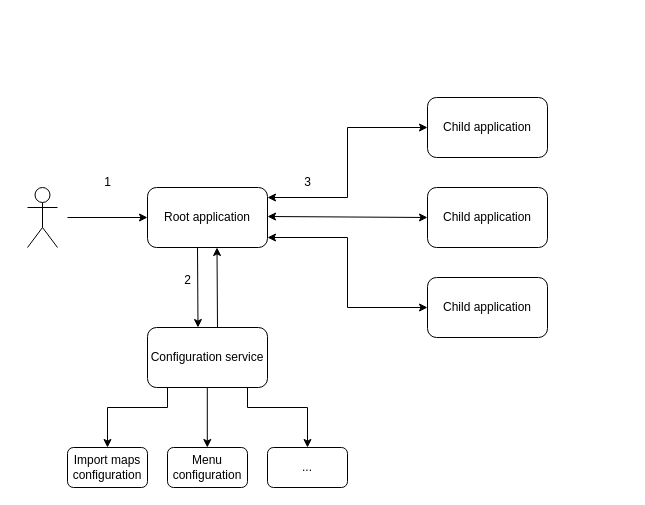
Above: diagrams/dynamic application loading.drawio in fallereugene/single-spa-microfrontends (draw.io), before the change. Source tidied: cells renumbered, new cells numbered last; positions are measured from the earlier drawing's top-left corner, leaving out a move shared by most shapes. Both pictures are drawn from the tidied source at 100%, with x=0, y=0 at pixel (27, 97).
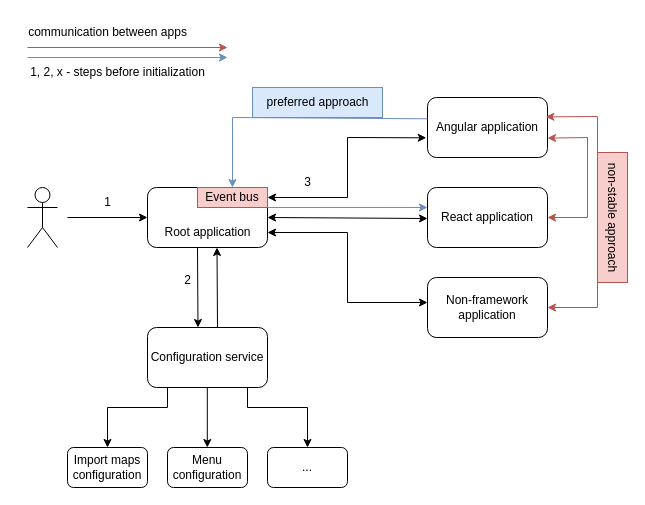
The same diagram, later.

What changed in the source:
```diff
@@
-    <mxCell id="4" value="Root application" style="rounded=1;whiteSpace=wrap;html=1;" parent="1" vertex="1">
+    <mxCell id="4" style="rounded=1;whiteSpace=wrap;html=1;" parent="1" vertex="1">
       <mxGeometry x="120" y="90" width="120" height="60" as="geometry" />
     </mxCell>
@@
     <mxCell id="8" value="1" style="text;html=1;align=center;verticalAlign=middle;strokeColor=none;fillColor=none;" parent="1" vertex="1">
-      <mxGeometry x="65" y="70" width="30" height="30" as="geometry" />
+      <mxGeometry x="65" y="90" width="30" height="30" as="geometry" />
     </mxCell>
@@
-    <mxCell id="16" style="endArrow=classic;startArrow=classic;html=1;rounded=0;" parent="1" edge="1">
+    <mxCell id="16" style="endArrow=classic;startArrow=classic;html=1;rounded=0;entryX=-0.01;entryY=0.672;entryDx=0;entryDy=0;entryPerimeter=0;" parent="1" edge="1" target="17">
       <mxGeometry relative="1" as="geometry">
         <mxPoint x="240" y="100" as="sourcePoint" />
-        <mxPoint x="400" y="30" as="targetPoint" />
         <Array as="points">
           <mxPoint x="320" y="100" />
-          <mxPoint x="320" y="30" />
+          <mxPoint x="320" y="40" />
         </Array>
       </mxGeometry>
     </mxCell>
-    <mxCell id="17" value="Child application" style="rounded=1;whiteSpace=wrap;html=1;" parent="1" vertex="1">
+    <mxCell id="17" value="Angular application" style="rounded=1;whiteSpace=wrap;html=1;" parent="1" vertex="1">
       <mxGeometry x="400" width="120" height="60" as="geometry" />
     </mxCell>
     <mxCell id="18" style="endArrow=classic;startArrow=classic;html=1;rounded=0;" parent="1" edge="1">
       <mxGeometry relative="1" as="geometry">
-        <mxPoint x="240" y="140" as="sourcePoint" />
-        <mxPoint x="400" y="210" as="targetPoint" />
+        <mxPoint x="240" y="135" as="sourcePoint" />
+        <mxPoint x="400" y="205" as="targetPoint" />
         <Array as="points">
-          <mxPoint x="320" y="140" />
-          <mxPoint x="320" y="210" />
+          <mxPoint x="320" y="135" />
+          <mxPoint x="320" y="205" />
         </Array>
       </mxGeometry>
     </mxCell>
-    <mxCell id="19" value="Child application" style="rounded=1;whiteSpace=wrap;html=1;" parent="1" vertex="1">
+    <mxCell id="19" value="Non-framework application" style="rounded=1;whiteSpace=wrap;html=1;" parent="1" vertex="1">
       <mxGeometry x="400" y="180" width="120" height="60" as="geometry" />
     </mxCell>
     <mxCell id="20" style="endArrow=classic;startArrow=classic;html=1;rounded=0;" parent="1" edge="1">
       <mxGeometry relative="1" as="geometry">
-        <mxPoint x="240" y="119" as="sourcePoint" />
-        <mxPoint x="400" y="120" as="targetPoint" />
+        <mxPoint x="240" y="120" as="sourcePoint" />
+        <mxPoint x="400" y="121" as="targetPoint" />
       </mxGeometry>
     </mxCell>
-    <mxCell id="21" value="Child application" style="rounded=1;whiteSpace=wrap;html=1;" parent="1" vertex="1">
+    <mxCell id="21" value="React application" style="rounded=1;whiteSpace=wrap;html=1;" parent="1" vertex="1">
       <mxGeometry x="400" y="90" width="120" height="60" as="geometry" />
     </mxCell>
@@
+    <mxCell id="23" style="endArrow=classic;html=1;rounded=0;fillColor=#f8cecc;strokeColor=#b85450;" parent="1" edge="1">
+      <mxGeometry relative="1" as="geometry">
+        <mxPoint y="-50" as="sourcePoint" />
+        <mxPoint x="200" y="-50" as="targetPoint" />
+      </mxGeometry>
+    </mxCell>
+    <mxCell id="24" value="communication between apps" style="text;html=1;align=center;verticalAlign=middle;strokeColor=none;fillColor=none;" parent="1" vertex="1">
+      <mxGeometry x="-10" y="-80" width="180" height="30" as="geometry" />
+    </mxCell>
+    <mxCell id="25" style="endArrow=classic;startArrow=classic;html=1;rounded=0;entryX=1;entryY=0.5;entryDx=0;entryDy=0;fillColor=#f8cecc;strokeColor=#b85450;exitX=1;exitY=0.677;exitDx=0;exitDy=0;exitPerimeter=0;" parent="1" edge="1" source="17" target="21">
+      <mxGeometry relative="1" as="geometry">
+        <Array as="points">
+          <mxPoint x="560" y="40" />
+          <mxPoint x="560" y="120" />
+        </Array>
+      </mxGeometry>
+    </mxCell>
+    <mxCell id="26" value="non-stable approach" style="text;html=1;align=center;verticalAlign=middle;strokeColor=#b85450;fillColor=#f8cecc;rotation=90;" parent="1" vertex="1">
+      <mxGeometry x="520" y="105" width="130" height="30" as="geometry" />
+    </mxCell>
+    <mxCell id="27" style="endArrow=classic;startArrow=classic;html=1;rounded=0;entryX=1;entryY=0.5;entryDx=0;entryDy=0;fillColor=#f8cecc;strokeColor=#b85450;exitX=0.986;exitY=0.323;exitDx=0;exitDy=0;exitPerimeter=0;" parent="1" edge="1" source="17" target="19">
+      <mxGeometry relative="1" as="geometry">
+        <Array as="points">
+          <mxPoint x="570" y="19" />
+          <mxPoint x="570" y="210" />
+        </Array>
+      </mxGeometry>
+    </mxCell>
+    <mxCell id="28" value="Root application" style="text;html=1;align=center;verticalAlign=middle;strokeColor=none;fillColor=none;" parent="1" vertex="1">
+      <mxGeometry x="125" y="120" width="110" height="30" as="geometry" />
+    </mxCell>
+    <mxCell id="29" value="Event bus" style="rounded=0;whiteSpace=wrap;html=1;fillColor=#f8cecc;strokeColor=#b85450;" parent="1" vertex="1">
+      <mxGeometry x="170" y="90" width="70" height="20" as="geometry" />
+    </mxCell>
+    <mxCell id="30" style="endArrow=classic;html=1;rounded=0;exitX=0;exitY=0.355;exitDx=0;exitDy=0;exitPerimeter=0;entryX=0.5;entryY=0;entryDx=0;entryDy=0;fillColor=#dae8fc;strokeColor=#6c8ebf;" parent="1" edge="1" source="17" target="29">
+      <mxGeometry relative="1" as="geometry">
+        <Array as="points">
+          <mxPoint x="205" y="20" />
+        </Array>
+      </mxGeometry>
+    </mxCell>
+    <mxCell id="31" style="endArrow=classic;html=1;rounded=0;entryX=0;entryY=0.333;entryDx=0;entryDy=0;entryPerimeter=0;fillColor=#dae8fc;strokeColor=#6c8ebf;exitX=1;exitY=1;exitDx=0;exitDy=0;" parent="1" edge="1" source="29" target="21">
+      <mxGeometry relative="1" as="geometry" />
+    </mxCell>
+    <mxCell id="32" value="preferred approach" style="text;html=1;align=center;verticalAlign=middle;strokeColor=#6c8ebf;fillColor=#dae8fc;" parent="1" vertex="1">
+      <mxGeometry x="225" y="-10" width="130" height="30" as="geometry" />
+    </mxCell>
+    <mxCell id="33" value="1, 2, x - steps before initialization" style="text;html=1;align=center;verticalAlign=middle;strokeColor=none;fillColor=none;" parent="1" vertex="1">
+      <mxGeometry x="-10" y="-40" width="200" height="30" as="geometry" />
+    </mxCell>
+    <mxCell id="34" style="endArrow=classic;html=1;rounded=0;fillColor=#dae8fc;strokeColor=#6c8ebf;exitX=1;exitY=1;exitDx=0;exitDy=0;" parent="1" edge="1">
+      <mxGeometry relative="1" as="geometry">
+        <mxPoint y="-40" as="sourcePoint" />
+        <mxPoint x="200" y="-40" as="targetPoint" />
+      </mxGeometry>
+    </mxCell>
```
